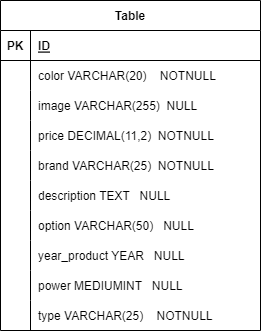
Earlier version of the draw.io export structure.png (Mahdavi3649/db-first). Source tidied: cells renumbered, new cells last; positions are measured from the earlier drawing's top-left corner, leaving out a move shared by most shapes.
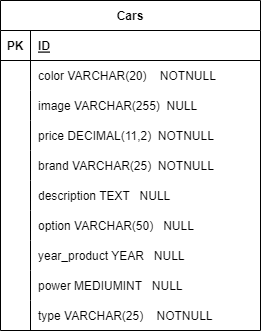
After the commit.

Commit message:
edited name of table

Diff of the diagram source:
```diff
@@ -2,7 +2,7 @@
   <root>
     <mxCell id="0" />
     <mxCell id="1" parent="0" />
-    <mxCell id="2" value="Table" style="shape=table;startSize=30;rowLines=0;fontStyle=1;align=center;" parent="1" vertex="1">
+    <mxCell id="2" value="Cars" style="shape=table;startSize=30;rowLines=0;fontStyle=1;align=center;" parent="1" vertex="1">
       <mxGeometry width="260" height="330" as="geometry" />
     </mxCell>
     <mxCell id="3" style="shape=partialRectangle;fillColor=none;top=0;left=0;bottom=1;right=0;" parent="2" vertex="1">
```
